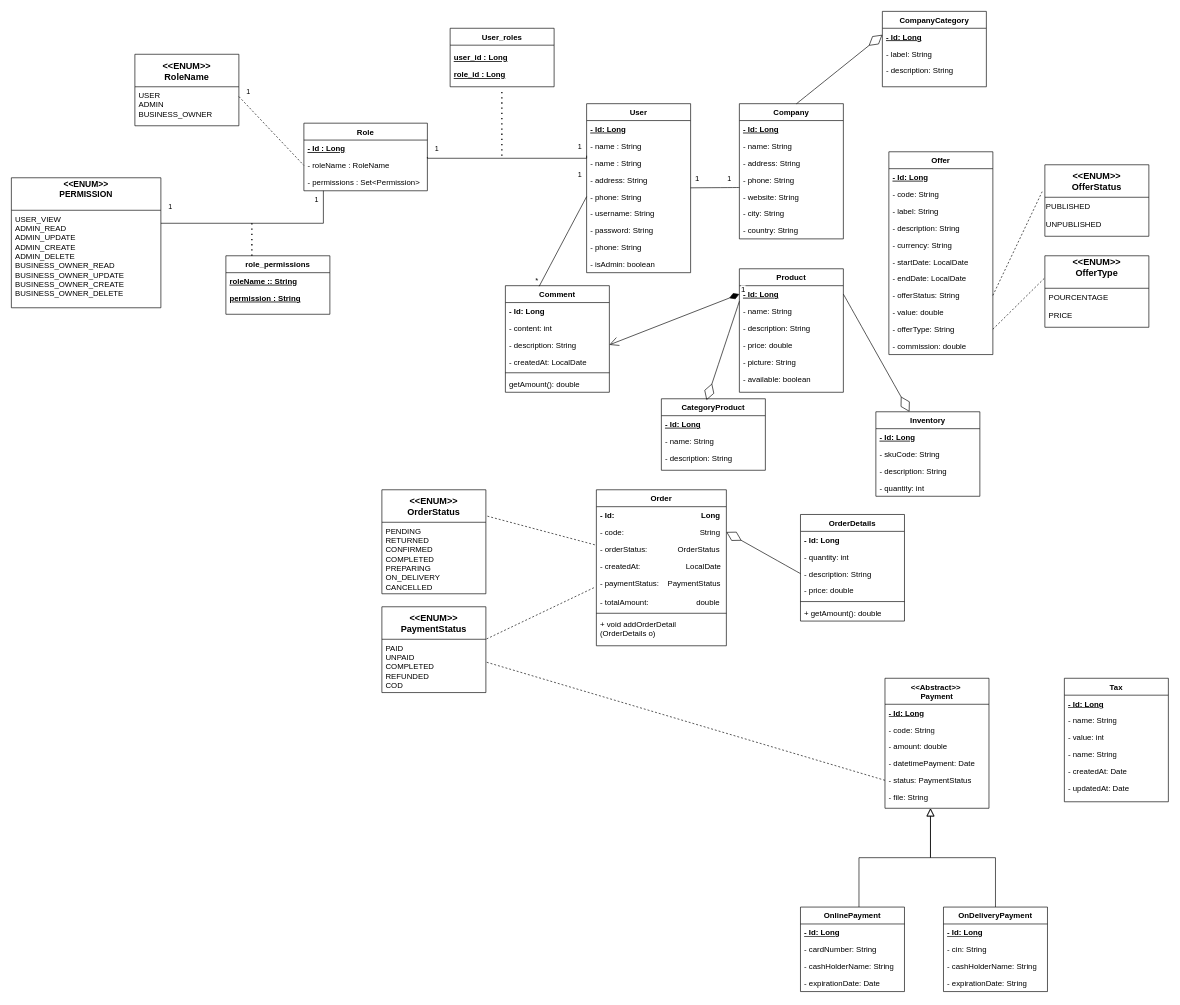
Before: class_diagram(1)(1).drawio in amine-elarass49/angular_doc, a draw.io diagram. Source tidied: cells renumbered, new cells numbered last; positions are measured from the earlier drawing's top-left corner, leaving out a move shared by most shapes. Both pictures are drawn from the tidied source at 65%, with x=0, y=0 at pixel (11, 11).
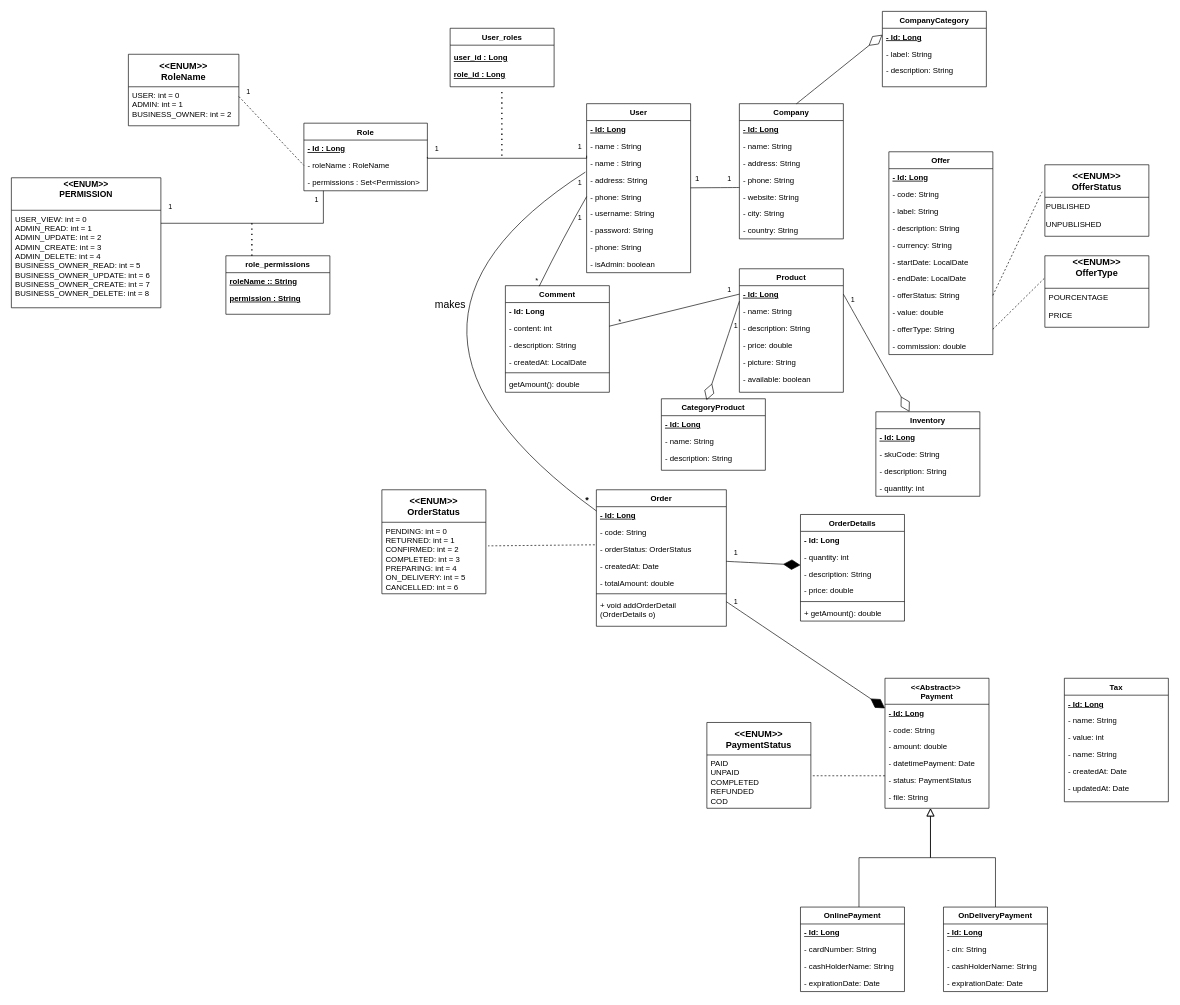
After the change.

Commit message:
Mettre à jour class_diagram(1)(1).drawio

The change refers to these unchanged cells:
```xml
<mxCell id="7" value="- address: String&#10;" style="text;align=left;verticalAlign=top;spacingLeft=4;spacingRight=4;overflow=hidden;points=[[0,0.5],[1,0.5]];portConstraint=eastwest;rounded=0;shadow=0;html=0;" parent="3" vertex="1">
  <mxGeometry y="104" width="160" height="26" as="geometry" />
</mxCell>
<mxCell id="8" value="- phone: String" style="text;align=left;verticalAlign=top;spacingLeft=4;spacingRight=4;overflow=hidden;points=[[0,0.5],[1,0.5]];portConstraint=eastwest;rounded=0;shadow=0;html=0;" parent="3" vertex="1">
  <mxGeometry y="130" width="160" height="26" as="geometry" />
</mxCell>
<mxCell id="22" value="&lt;div style=&quot;font-size: 13px;&quot;&gt;&lt;b&gt;&lt;font style=&quot;font-size: 13px;&quot;&gt;&amp;lt;&amp;lt;ENUM&amp;gt;&amp;gt;&lt;/font&gt;&lt;/b&gt;&lt;/div&gt;&lt;div style=&quot;font-size: 13px;&quot;&gt;&lt;b&gt;&lt;font style=&quot;font-size: 13px;&quot;&gt;PERMISSION&lt;/font&gt;&lt;/b&gt;&lt;/div&gt;&lt;div style=&quot;font-size: 13px;&quot;&gt;&lt;b&gt;&lt;font style=&quot;font-size: 13px;&quot;&gt;&lt;br&gt;&lt;/font&gt;&lt;/b&gt;&lt;/div&gt;" style="swimlane;horizontal=1;startSize=50;rounded=0;fontSize=14;fontStyle=0;strokeWidth=1;shadow=0;dashed=0;align=center;arcSize=4;whiteSpace=wrap;html=1;" parent="1" vertex="1">
  <mxGeometry y="256" width="230" height="200" as="geometry" />
</mxCell>
<mxCell id="48" value="- Id: Long" style="text;align=left;verticalAlign=top;spacingLeft=4;spacingRight=4;overflow=hidden;points=[[0,0.5],[1,0.5]];portConstraint=eastwest;fontStyle=5;" parent="47" vertex="1">
  <mxGeometry y="26" width="160" height="26" as="geometry" />
</mxCell>
<mxCell id="82" value="OrderDetails" style="swimlane;fontStyle=1;align=center;verticalAlign=top;horizontal=1;startSize=26;rounded=0;shadow=0;strokeWidth=1;" parent="1" vertex="1">
  <mxGeometry x="1214" y="774" width="160" height="164" as="geometry" />
</mxCell>
<mxCell id="85" value="- description: String" style="text;align=left;verticalAlign=top;spacingLeft=4;spacingRight=4;overflow=hidden;points=[[0,0.5],[1,0.5]];portConstraint=eastwest;rounded=0;shadow=0;html=0;" parent="82" vertex="1">
  <mxGeometry y="78" width="160" height="26" as="geometry" />
</mxCell>
<mxCell id="98" value="&lt;&lt;ENUM&gt;&gt;&#10;OrderStatus" style="swimlane;horizontal=1;startSize=50;rounded=0;fontSize=14;fontStyle=1;strokeWidth=1;shadow=0;dashed=0;align=center;arcSize=4;swimlaneLine=1;" parent="1" vertex="1">
  <mxGeometry x="570" y="736" width="160" height="160" as="geometry" />
</mxCell>
<mxCell id="102" value="&lt;div&gt;PAID&lt;/div&gt;&lt;div&gt;UNPAID&lt;/div&gt;&lt;div&gt;COMPLETED&lt;/div&gt;&lt;div&gt;REFUNDED&lt;/div&gt;&lt;div&gt;COD&lt;br&gt;&lt;/div&gt;" style="align=left;strokeColor=none;fillColor=none;spacingLeft=4;fontSize=12;verticalAlign=top;html=1;" parent="101" vertex="1">
  <mxGeometry y="50" width="160" height="82" as="geometry" />
</mxCell>
<mxCell id="104" value="Comment" style="swimlane;fontStyle=1;align=center;verticalAlign=top;horizontal=1;startSize=26;rounded=0;shadow=0;strokeWidth=1;" parent="1" vertex="1">
  <mxGeometry x="760" y="422" width="160" height="164" as="geometry" />
</mxCell>
<mxCell id="107" value="- description: String" style="text;align=left;verticalAlign=top;spacingLeft=4;spacingRight=4;overflow=hidden;points=[[0,0.5],[1,0.5]];portConstraint=eastwest;rounded=0;shadow=0;html=0;" parent="104" vertex="1">
  <mxGeometry y="78" width="160" height="26" as="geometry" />
</mxCell>
<mxCell id="118" value="&lt;div&gt;&amp;lt;&amp;lt;Abstract&amp;gt;&amp;gt;&amp;nbsp;&lt;/div&gt;&lt;div&gt;Payment&lt;/div&gt;" style="swimlane;fontStyle=1;align=center;verticalAlign=top;horizontal=1;startSize=40;whiteSpace=wrap;html=1;" parent="1" vertex="1">
  <mxGeometry x="1344" y="1026" width="160" height="200" as="geometry" />
</mxCell>
<mxCell id="123" value="- status: PaymentStatus" style="text;strokeColor=none;fillColor=none;align=left;verticalAlign=top;spacingLeft=4;spacingRight=4;overflow=hidden;points=[[0,0.5],[1,0.5]];portConstraint=eastwest;whiteSpace=wrap;html=1;" parent="118" vertex="1">
  <mxGeometry y="144" width="160" height="26" as="geometry" />
</mxCell>
<mxCell id="133" value="OnDeliveryPayment" style="swimlane;fontStyle=1;align=center;verticalAlign=top;horizontal=1;startSize=26;whiteSpace=wrap;html=1;" parent="1" vertex="1">
  <mxGeometry x="1434" y="1378" width="160" height="130" as="geometry" />
</mxCell>
```

Diff of the diagram source:
```diff
@@
-    <mxCell id="23" value="&lt;div&gt;USER_VIEW&lt;/div&gt;&lt;div&gt;ADMIN_READ&lt;/div&gt;&lt;div&gt;ADMIN_UPDATE&lt;/div&gt;&lt;div&gt;ADMIN_CREATE&lt;/div&gt;&lt;div&gt;ADMIN_DELETE&lt;br&gt;BUSINESS_OWNER_READ&lt;/div&gt;&lt;div&gt;BUSINESS_OWNER_UPDATE&lt;/div&gt;&lt;div&gt;BUSINESS_OWNER_CREATE&lt;/div&gt;&lt;div&gt;BUSINESS_OWNER_DELETE&lt;br&gt;&lt;/div&gt;" style="align=left;strokeColor=none;fillColor=none;spacingLeft=4;fontSize=12;verticalAlign=top;html=1;" parent="22" vertex="1">
+    <mxCell id="23" value="&lt;div&gt;USER_VIEW&lt;span style=&quot;background-color: initial;&quot;&gt;: int = 0&lt;/span&gt;&lt;/div&gt;&lt;div&gt;ADMIN_READ&lt;span style=&quot;background-color: initial;&quot;&gt;: int = 1&lt;/span&gt;&lt;/div&gt;&lt;div&gt;ADMIN_UPDATE&lt;span style=&quot;background-color: initial;&quot;&gt;: int = 2&lt;/span&gt;&lt;/div&gt;&lt;div&gt;ADMIN_CREATE&lt;span style=&quot;background-color: initial;&quot;&gt;: int = 3&lt;/span&gt;&lt;/div&gt;&lt;div&gt;ADMIN_DELETE: int = 4&lt;br&gt;BUSINESS_OWNER_READ&lt;span style=&quot;background-color: initial;&quot;&gt;: int = 5&lt;/span&gt;&lt;/div&gt;&lt;div&gt;BUSINESS_OWNER_UPDATE&lt;span style=&quot;background-color: initial;&quot;&gt;: int = 6&lt;/span&gt;&lt;/div&gt;&lt;div&gt;BUSINESS_OWNER_CREATE&lt;span style=&quot;background-color: initial;&quot;&gt;: int = 7&lt;/span&gt;&lt;/div&gt;&lt;div&gt;BUSINESS_OWNER_DELETE&lt;span style=&quot;background-color: initial;&quot;&gt;: int = 8&lt;/span&gt;&lt;br&gt;&lt;/div&gt;" style="align=left;strokeColor=none;fillColor=none;spacingLeft=4;fontSize=12;verticalAlign=top;html=1;" parent="22" vertex="1">
       <mxGeometry y="50" width="230" height="150" as="geometry" />
     </mxCell>
     <mxCell id="24" value="&lt;&lt;ENUM&gt;&gt;&#10;RoleName" style="swimlane;horizontal=1;startSize=50;rounded=0;fontSize=14;fontStyle=1;strokeWidth=1;shadow=0;dashed=0;align=center;arcSize=4;swimlaneLine=1;" parent="1" vertex="1">
-      <mxGeometry x="190" y="66" width="160" height="110" as="geometry" />
+      <mxGeometry x="180" y="66" width="170" height="110" as="geometry" />
     </mxCell>
-    <mxCell id="25" value="&lt;div&gt;USER&lt;/div&gt;&lt;div&gt;ADMIN&lt;/div&gt;&lt;div&gt;BUSINESS_OWNER&lt;br&gt;&lt;/div&gt;" style="align=left;strokeColor=none;fillColor=none;spacingLeft=4;fontSize=12;verticalAlign=top;html=1;" parent="24" vertex="1">
-      <mxGeometry y="50" width="160" height="60" as="geometry" />
+    <mxCell id="25" value="&lt;div&gt;USER&lt;span style=&quot;background-color: initial;&quot;&gt;: int = 0&lt;/span&gt;&lt;/div&gt;&lt;div&gt;ADMIN&lt;span style=&quot;background-color: initial;&quot;&gt;: int = 1&lt;/span&gt;&lt;/div&gt;&lt;div&gt;BUSINESS_OWNER&lt;span style=&quot;background-color: initial;&quot;&gt;: int = 2&lt;/span&gt;&lt;br&gt;&lt;/div&gt;" style="align=left;strokeColor=none;fillColor=none;spacingLeft=4;fontSize=12;verticalAlign=top;html=1;" parent="24" vertex="1">
+      <mxGeometry y="50" width="170" height="60" as="geometry" />
     </mxCell>
@@
     <mxCell id="89" value="Order" style="swimlane;fontStyle=1;align=center;verticalAlign=top;horizontal=1;startSize=26;rounded=0;shadow=0;strokeWidth=1;" parent="1" vertex="1">
-      <mxGeometry x="900" y="736" width="200" height="240" as="geometry" />
+      <mxGeometry x="900" y="736" width="200" height="210" as="geometry" />
     </mxCell>
-    <mxCell id="90" value="- Id:                                        Long " style="text;align=left;verticalAlign=top;spacingLeft=4;spacingRight=4;overflow=hidden;fontStyle=1;" parent="89" vertex="1">
+    <mxCell id="90" value="- Id: Long " style="text;align=left;verticalAlign=top;spacingLeft=4;spacingRight=4;overflow=hidden;fontStyle=5;" parent="89" vertex="1">
       <mxGeometry y="26" width="200" height="26" as="geometry" />
     </mxCell>
-    <mxCell id="91" value="- code:                                   String" style="text;align=left;verticalAlign=top;spacingLeft=4;spacingRight=4;overflow=hidden;points=[[0,0.5],[1,0.5]];portConstraint=eastwest;rounded=0;shadow=0;html=0;" parent="89" vertex="1">
+    <mxCell id="91" value="- code: String" style="text;align=left;verticalAlign=top;spacingLeft=4;spacingRight=4;overflow=hidden;points=[[0,0.5],[1,0.5]];portConstraint=eastwest;rounded=0;shadow=0;html=0;" parent="89" vertex="1">
       <mxGeometry y="52" width="200" height="26" as="geometry" />
     </mxCell>
-    <mxCell id="92" value="- orderStatus:              OrderStatus" style="text;align=left;verticalAlign=top;spacingLeft=4;spacingRight=4;overflow=hidden;points=[[0,0.5],[1,0.5]];portConstraint=eastwest;rounded=0;shadow=0;html=0;" parent="89" vertex="1">
+    <mxCell id="92" value="- orderStatus: OrderStatus" style="text;align=left;verticalAlign=top;spacingLeft=4;spacingRight=4;overflow=hidden;points=[[0,0.5],[1,0.5]];portConstraint=eastwest;rounded=0;shadow=0;html=0;" parent="89" vertex="1">
       <mxGeometry y="78" width="200" height="26" as="geometry" />
     </mxCell>
-    <mxCell id="93" value="- createdAt:                     LocalDate" style="text;align=left;verticalAlign=top;spacingLeft=4;spacingRight=4;overflow=hidden;rounded=0;shadow=0;html=0;" parent="89" vertex="1">
+    <mxCell id="93" value="- createdAt: Date" style="text;align=left;verticalAlign=top;spacingLeft=4;spacingRight=4;overflow=hidden;rounded=0;shadow=0;html=0;" parent="89" vertex="1">
       <mxGeometry y="104" width="200" height="26" as="geometry" />
     </mxCell>
-    <mxCell id="94" value="- paymentStatus:    PaymentStatus" style="text;align=left;verticalAlign=top;spacingLeft=4;spacingRight=4;overflow=hidden;points=[[0,0.5],[1,0.5]];portConstraint=eastwest;rounded=0;shadow=0;html=0;" parent="89" vertex="1">
-      <mxGeometry y="130" width="200" height="30" as="geometry" />
-    </mxCell>
-    <mxCell id="95" value="- totalAmount:                      double" style="text;align=left;verticalAlign=top;spacingLeft=4;spacingRight=4;overflow=hidden;rounded=0;shadow=0;html=0;" parent="89" vertex="1">
-      <mxGeometry y="160" width="200" height="26" as="geometry" />
+    <mxCell id="95" value="- totalAmount: double" style="text;align=left;verticalAlign=top;spacingLeft=4;spacingRight=4;overflow=hidden;rounded=0;shadow=0;html=0;" parent="89" vertex="1">
+      <mxGeometry y="130" width="200" height="26" as="geometry" />
     </mxCell>
     <mxCell id="96" style="line;strokeWidth=1;fillColor=none;align=left;verticalAlign=middle;spacingTop=-1;spacingLeft=3;spacingRight=3;labelPosition=right;strokeColor=inherit;" parent="89" vertex="1">
-      <mxGeometry y="186" width="200" height="8" as="geometry" />
+      <mxGeometry y="156" width="200" height="8" as="geometry" />
     </mxCell>
     <mxCell id="97" value="+ void addOrderDetail&#10;(OrderDetails o)                               &#10;" style="text;align=left;verticalAlign=top;spacingLeft=4;spacingRight=4;overflow=hidden;rounded=0;shadow=0;html=0;" parent="89" vertex="1">
-      <mxGeometry y="194" width="200" height="34" as="geometry" />
+      <mxGeometry y="164" width="200" height="34" as="geometry" />
     </mxCell>
@@
-    <mxCell id="99" value="&lt;div&gt;PENDING&lt;/div&gt;&lt;div&gt;RETURNED&lt;/div&gt;&lt;div&gt;CONFIRMED&lt;/div&gt;&lt;div&gt;COMPLETED&lt;/div&gt;&lt;div&gt;PREPARING&lt;/div&gt;&lt;div&gt;ON_DELIVERY&lt;/div&gt;&lt;div&gt;CANCELLED&lt;br&gt;&lt;/div&gt;" style="align=left;strokeColor=none;fillColor=none;spacingLeft=4;fontSize=12;verticalAlign=top;html=1;" parent="98" vertex="1">
+    <mxCell id="99" value="&lt;div&gt;PENDING: int = 0&lt;/div&gt;&lt;div&gt;RETURNED&lt;span style=&quot;background-color: initial;&quot;&gt;: int = 1&lt;/span&gt;&lt;/div&gt;&lt;div&gt;CONFIRMED&lt;span style=&quot;background-color: initial;&quot;&gt;: int = 2&lt;/span&gt;&lt;/div&gt;&lt;div&gt;COMPLETED&lt;span style=&quot;background-color: initial;&quot;&gt;: int = 3&lt;/span&gt;&lt;/div&gt;&lt;div&gt;PREPARING&lt;span style=&quot;background-color: initial;&quot;&gt;: int = 4&lt;/span&gt;&lt;/div&gt;&lt;div&gt;ON_DELIVERY&lt;span style=&quot;background-color: initial;&quot;&gt;: int = 5&lt;/span&gt;&lt;/div&gt;&lt;div&gt;CANCELLED&lt;span style=&quot;background-color: initial;&quot;&gt;: int = 6&lt;/span&gt;&lt;br&gt;&lt;/div&gt;" style="align=left;strokeColor=none;fillColor=none;spacingLeft=4;fontSize=12;verticalAlign=top;html=1;" parent="98" vertex="1">
       <mxGeometry y="50" width="160" height="110" as="geometry" />
     </mxCell>
-    <mxCell id="100" style="endArrow=none;endFill=0;html=1;align=left;verticalAlign=top;rounded=0;dashed=1;entryX=1;entryY=0.25;entryDx=0;entryDy=0;exitX=-0.012;exitY=0.256;exitDx=0;exitDy=0;exitPerimeter=0;" parent="1" edge="1" source="92" target="98">
+    <mxCell id="100" style="endArrow=none;endFill=0;html=1;align=left;verticalAlign=top;rounded=0;dashed=1;entryX=1.021;entryY=0.33;entryDx=0;entryDy=0;exitX=-0.012;exitY=0.256;exitDx=0;exitDy=0;exitPerimeter=0;entryPerimeter=0;" parent="1" edge="1" source="92" target="99">
       <mxGeometry x="-1" relative="1" as="geometry" />
     </mxCell>
     <mxCell id="101" value="&lt;&lt;ENUM&gt;&gt;&#10;PaymentStatus" style="swimlane;horizontal=1;startSize=50;rounded=0;fontSize=14;fontStyle=1;strokeWidth=1;shadow=0;dashed=0;align=center;arcSize=4;swimlaneLine=1;" parent="1" vertex="1">
-      <mxGeometry x="570" y="916" width="160" height="132" as="geometry" />
+      <mxGeometry x="1070" y="1094" width="160" height="132" as="geometry" />
     </mxCell>
@@
-    <mxCell id="103" style="endArrow=none;endFill=0;html=1;align=left;verticalAlign=top;rounded=0;dashed=1;entryX=1;entryY=0;entryDx=0;entryDy=0;exitX=-0.019;exitY=0.689;exitDx=0;exitDy=0;exitPerimeter=0;" parent="1" edge="1" source="94" target="102">
-      <mxGeometry x="-1" relative="1" as="geometry" />
-    </mxCell>
@@
-    <mxCell id="125" style="endArrow=none;endFill=0;html=1;align=left;verticalAlign=top;rounded=0;dashed=1;entryX=1.001;entryY=0.427;entryDx=0;entryDy=0;entryPerimeter=0;exitX=0;exitY=0.5;exitDx=0;exitDy=0;" parent="1" edge="1" source="123" target="102">
-      <mxGeometry x="-1" relative="1" as="geometry" />
+    <mxCell id="125" style="endArrow=none;endFill=0;html=1;align=left;verticalAlign=top;rounded=0;dashed=1;entryX=1;entryY=0.39;entryDx=0;entryDy=0;entryPerimeter=0;exitX=-0.007;exitY=0.694;exitDx=0;exitDy=0;startSize=1;exitPerimeter=0;" parent="1" edge="1" target="102">
+      <mxGeometry x="-1" relative="1" as="geometry">
+        <mxPoint x="1344" y="1176" as="sourcePoint" />
+      </mxGeometry>
     </mxCell>
@@
-    <mxCell id="137" value="-&amp;nbsp;expirationDate: String" style="text;strokeColor=none;fillColor=none;align=left;verticalAlign=top;spacingLeft=4;spacingRight=4;overflow=hidden;whiteSpace=wrap;html=1;" parent="133" vertex="1">
+    <mxCell id="137" value="-&amp;nbsp;expirationDate: Date" style="text;strokeColor=none;fillColor=none;align=left;verticalAlign=top;spacingLeft=4;spacingRight=4;overflow=hidden;whiteSpace=wrap;html=1;" parent="133" vertex="1">
       <mxGeometry y="104" width="160" height="26" as="geometry" />
     </mxCell>
@@
-    <mxCell id="141" style="endArrow=diamondThin;endFill=0;endSize=24;html=1;rounded=0;fontSize=12;curved=1;entryX=1;entryY=0.5;entryDx=0;entryDy=0;exitX=0;exitY=0.5;exitDx=0;exitDy=0;" parent="1" edge="1" source="85" target="91">
-      <mxGeometry relative="1" as="geometry" />
-    </mxCell>
-    <mxCell id="142" value="1" style="endArrow=open;html=1;endSize=12;startArrow=diamondThin;startSize=14;startFill=1;align=left;verticalAlign=bottom;rounded=0;fontSize=12;exitX=0;exitY=0.5;exitDx=0;exitDy=0;entryX=1;entryY=0.5;entryDx=0;entryDy=0;" parent="1" edge="1" source="48" target="107">
-      <mxGeometry x="-1" y="3" relative="1" as="geometry" />
-    </mxCell>
     <mxCell id="143" style="endArrow=none;html=1;rounded=0;fontSize=12;startSize=8;endSize=8;curved=1;entryX=0.325;entryY=0.006;entryDx=0;entryDy=0;entryPerimeter=0;exitX=0;exitY=0.5;exitDx=0;exitDy=0;" parent="1" edge="1" source="8" target="104">
-      <mxGeometry relative="1" as="geometry" />
+      <mxGeometry relative="1" as="geometry">
+        <Array as="points">
+          <mxPoint x="850" y="346" />
+        </Array>
+      </mxGeometry>
     </mxCell>
@@
     <mxCell id="145" value="1" style="edgeLabel;html=1;align=left;verticalAlign=bottom;" parent="1" vertex="1">
-      <mxGeometry x="870" y="259" as="geometry" />
+      <mxGeometry x="870" y="326" as="geometry" />
     </mxCell>
@@
+    <mxCell id="149" style="endArrow=none;html=1;rounded=0;fontSize=12;startSize=8;endSize=8;curved=1;exitX=-0.012;exitY=0.049;exitDx=0;exitDy=0;exitPerimeter=0;" parent="1" edge="1" source="7" target="89">
+      <mxGeometry relative="1" as="geometry">
+        <Array as="points">
+          <mxPoint x="510" y="486" />
+        </Array>
+      </mxGeometry>
+    </mxCell>
+    <mxCell id="150" value="&lt;b&gt;&lt;font style=&quot;font-size: 14px;&quot;&gt;*&lt;/font&gt;&lt;/b&gt;" style="html=1;whiteSpace=wrap;align=right;verticalAlign=bottom;" parent="149" vertex="1">
+      <mxGeometry x="1" relative="1" as="geometry">
+        <mxPoint x="-10" y="-7" as="offset" />
+      </mxGeometry>
+    </mxCell>
+    <mxCell id="151" value="1" style="edgeLabel;html=1;align=left;verticalAlign=bottom;" parent="1" vertex="1">
+      <mxGeometry x="870" y="272" as="geometry" />
+    </mxCell>
+    <mxCell id="152" style="endArrow=diamondThin;endFill=1;endSize=24;html=1;rounded=0;fontSize=12;curved=1;" parent="1" edge="1" source="89" target="118">
+      <mxGeometry relative="1" as="geometry" />
+    </mxCell>
+    <mxCell id="153" style="endArrow=none;html=1;rounded=0;fontSize=12;startSize=8;endSize=8;exitX=0;exitY=0.5;exitDx=0;exitDy=0;" parent="1" edge="1" source="48" target="104">
+      <mxGeometry relative="1" as="geometry" />
+    </mxCell>
+    <mxCell id="154" value="*" style="html=1;whiteSpace=wrap;align=right;verticalAlign=bottom;" parent="153" vertex="1">
+      <mxGeometry x="1" relative="1" as="geometry">
+        <mxPoint x="20" y="2" as="offset" />
+      </mxGeometry>
+    </mxCell>
+    <mxCell id="155" value="1" style="edgeLabel;html=1;align=left;verticalAlign=bottom;" parent="1" vertex="1">
+      <mxGeometry x="1100" y="436" as="geometry" />
+    </mxCell>
+    <mxCell id="156" value="1" style="edgeLabel;html=1;align=left;verticalAlign=bottom;" parent="1" vertex="1">
+      <mxGeometry x="1110" y="491" as="geometry" />
+    </mxCell>
+    <mxCell id="157" value="1" style="edgeLabel;html=1;align=left;verticalAlign=bottom;" parent="1" vertex="1">
+      <mxGeometry x="1110" y="841" as="geometry" />
+    </mxCell>
+    <mxCell id="158" value="1" style="edgeLabel;html=1;align=left;verticalAlign=bottom;" parent="1" vertex="1">
+      <mxGeometry x="1110" y="916" as="geometry" />
+    </mxCell>
+    <mxCell id="159" style="endArrow=diamondThin;endFill=1;endSize=24;html=1;rounded=0;fontSize=12;curved=1;" parent="1" edge="1" source="89" target="82">
+      <mxGeometry relative="1" as="geometry" />
+    </mxCell>
+    <mxCell id="160" value="makes" style="text;html=1;align=center;verticalAlign=middle;strokeColor=none;fillColor=none;fontSize=16;" parent="1" vertex="1">
+      <mxGeometry x="640" y="436" width="70" height="30" as="geometry" />
+    </mxCell>
+    <mxCell id="161" value="1" style="edgeLabel;html=1;align=left;verticalAlign=bottom;" parent="1" vertex="1">
+      <mxGeometry x="1290" y="451" as="geometry" />
+    </mxCell>
```
